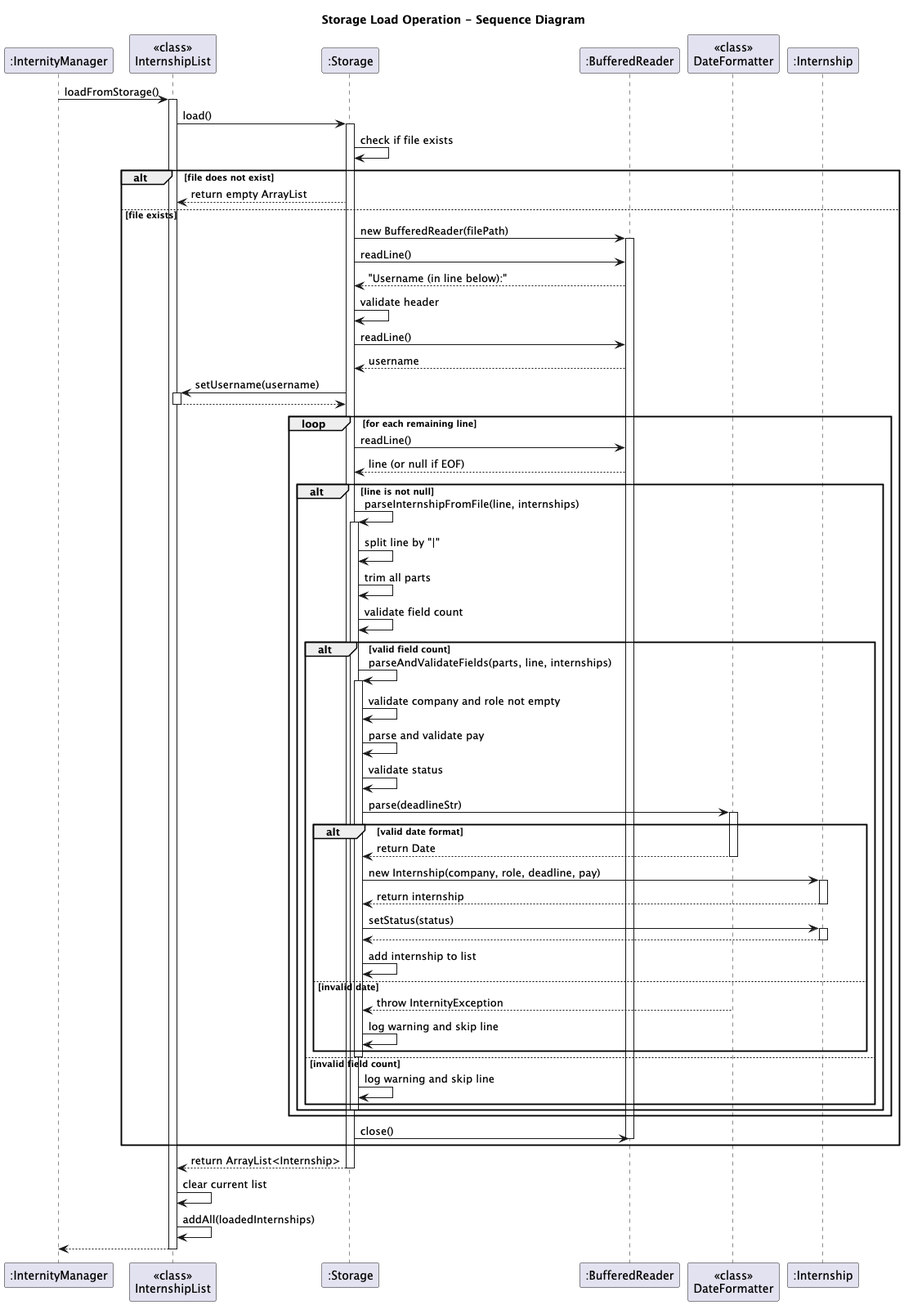
Above: docs/diagrams/StorageLoadSD.png in BenyAlbatross/tp (PlantUML), before the change. Its diagram source:
```plantuml
@startuml
title Storage Load Operation - Sequence Diagram

participant ":InternityManager" as IM
participant "<<class>>\nInternshipList" as IL
participant ":Storage" as S
participant ":BufferedReader" as BR
participant "<<class>>\nDateFormatter" as DF
participant ":Internship" as Intern

IM -> IL: loadFromStorage()
activate IL

IL -> S: load()
activate S

S -> S: check if file exists
alt file does not exist
    S --> IL: return empty ArrayList
else file exists
    S -> BR: new BufferedReader(filePath)
    activate BR

    S -> BR: readLine()
    BR --> S: "Username (in line below):"

    S -> S: validate header

    S -> BR: readLine()
    BR --> S: username

    S -> IL: setUsername(username)
    activate IL
    IL --> S:
    deactivate IL

    loop for each remaining line
        S -> BR: readLine()
        BR --> S: line (or null if EOF)

        alt line is not null
            S -> S: parseInternshipFromFile(line, internships)
            activate S

            S -> S: split line by "|"
            S -> S: trim all parts
            S -> S: validate field count

            alt valid field count
                S -> S: parseAndValidateFields(parts, line, internships)
                activate S

                S -> S: validate company and role not empty
                S -> S: parse and validate pay
                S -> S: validate status

                S -> DF: parse(deadlineStr)
                activate DF
                alt valid date format
                    DF --> S: return Date
                    deactivate DF

                    S -> Intern: new Internship(company, role, deadline, pay)
                    activate Intern
                    Intern --> S: return internship
                    deactivate Intern

                    S -> Intern: setStatus(status)
                    activate Intern
                    Intern --> S:
                    deactivate Intern

                    S -> S: add internship to list
                else invalid date
                    DF --> S: throw InternityException
                    deactivate DF
                    S -> S: log warning and skip line
                end

                deactivate S
            else invalid field count
                S -> S: log warning and skip line
            end

            deactivate S
        end
    end

    S -> BR: close()
    deactivate BR
end

S --> IL: return ArrayList<Internship>
deactivate S

IL -> IL: clear current list
IL -> IL: addAll(loadedInternships)

IL --> IM:
deactivate IL

@enduml
```
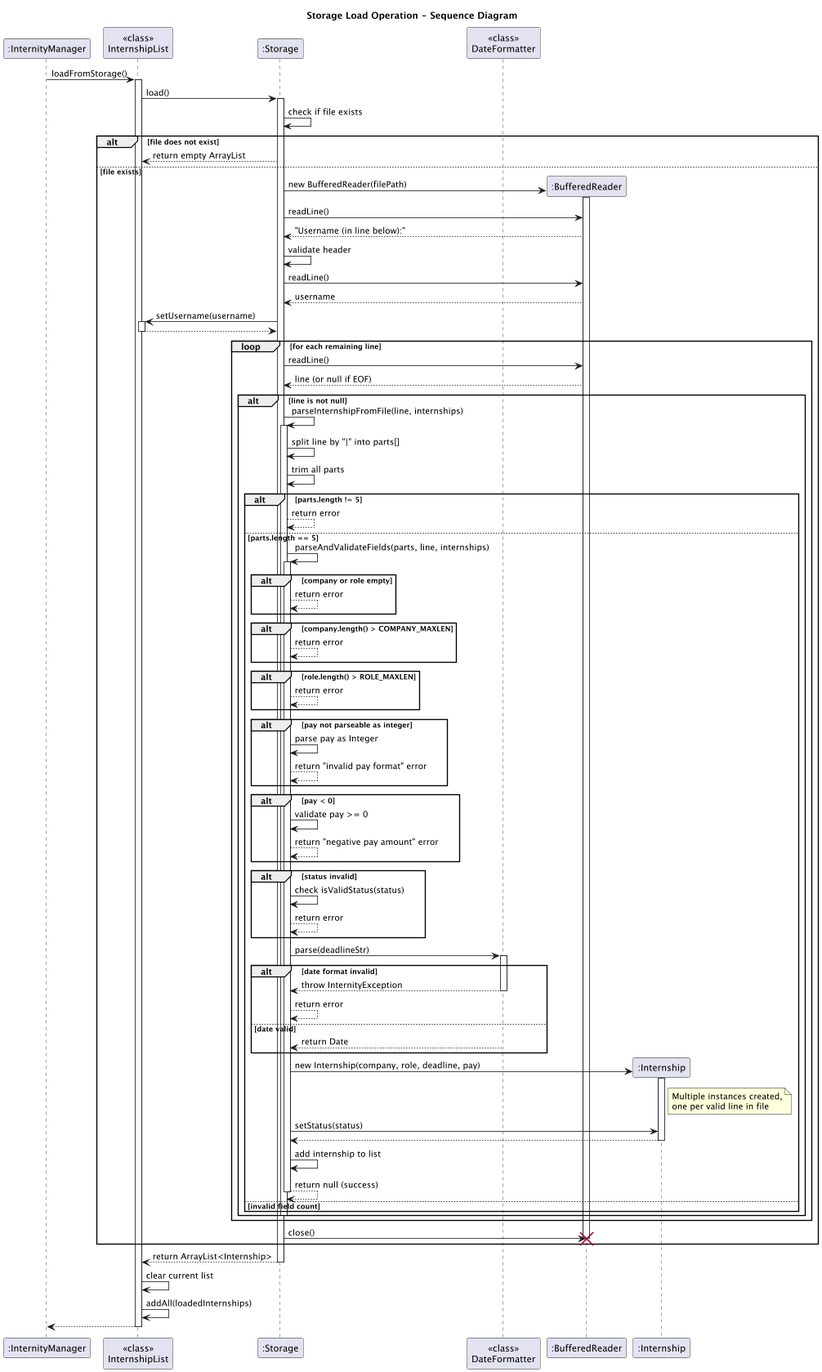
After the change.

Commit message:
Update UML for storage

The edit, as a diff of the source:
```diff
@@ -4,9 +4,7 @@
 participant ":InternityManager" as IM
 participant "<<class>>\nInternshipList" as IL
 participant ":Storage" as S
-participant ":BufferedReader" as BR
 participant "<<class>>\nDateFormatter" as DF
-participant ":Internship" as Intern
 
 IM -> IL: loadFromStorage()
 activate IL
@@ -18,7 +16,8 @@
 alt file does not exist
     S --> IL: return empty ArrayList
 else file exists
-    S -> BR: new BufferedReader(filePath)
+    create ":BufferedReader" as BR
+    S -> BR**: new BufferedReader(filePath)
     activate BR
 
     S -> BR: readLine()
@@ -42,44 +41,67 @@
             S -> S: parseInternshipFromFile(line, internships)
             activate S
 
-            S -> S: split line by "|"
+            S -> S: split line by "|" into parts[]
             S -> S: trim all parts
-            S -> S: validate field count
 
-            alt valid field count
+            alt parts.length != 5
+                S --> S: return error
+            else parts.length == 5
                 S -> S: parseAndValidateFields(parts, line, internships)
                 activate S
 
-                S -> S: validate company and role not empty
-                S -> S: parse and validate pay
-                S -> S: validate status
+                alt company or role empty
+                    S --> S: return error
+                end
+
+                alt company.length() > COMPANY_MAXLEN
+                    S --> S: return error
+                end
+
+                alt role.length() > ROLE_MAXLEN
+                    S --> S: return error
+                end
+
+                alt pay not parseable as integer
+                    S -> S: parse pay as Integer
+                    S --> S: return "invalid pay format" error
+                end
+
+                alt pay < 0
+                    S -> S: validate pay >= 0
+                    S --> S: return "negative pay amount" error
+                end
+
+                alt status invalid
+                    S -> S: check isValidStatus(status)
+                    S --> S: return error
+                end
 
                 S -> DF: parse(deadlineStr)
                 activate DF
-                alt valid date format
+                alt date format invalid
+                    DF --> S: throw InternityException
+                    deactivate DF
+                    S --> S: return error
+                else date valid
                     DF --> S: return Date
                     deactivate DF
+                end
 
-                    S -> Intern: new Internship(company, role, deadline, pay)
-                    activate Intern
-                    Intern --> S: return internship
-                    deactivate Intern
+                create ":Internship" as Intern
+                S -> Intern**: new Internship(company, role, deadline, pay)
+                activate Intern
+                note right of Intern: Multiple instances created,\none per valid line in file
 
-                    S -> Intern: setStatus(status)
-                    activate Intern
-                    Intern --> S:
-                    deactivate Intern
+                S -> Intern: setStatus(status)
+                Intern --> S:
+                deactivate Intern
 
-                    S -> S: add internship to list
-                else invalid date
-                    DF --> S: throw InternityException
-                    deactivate DF
-                    S -> S: log warning and skip line
-                end
+                S -> S: add internship to list
+                S --> S: return null (success)
 
                 deactivate S
             else invalid field count
-                S -> S: log warning and skip line
             end
 
             deactivate S
@@ -88,6 +110,7 @@
 
     S -> BR: close()
     deactivate BR
+    destroy BR
 end
 
 S --> IL: return ArrayList<Internship>
```
